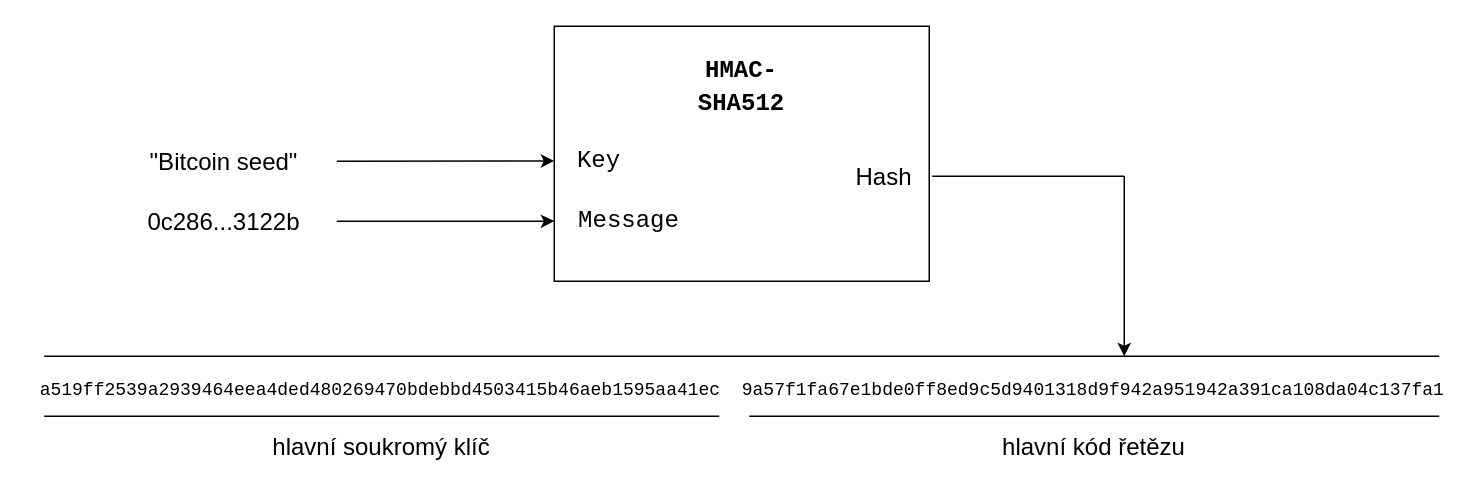
Above: diagram/xkey.drawio in iWarpBTC/iWarpBTC.github.io (draw.io), before the change. Source tidied: cells renumbered, new cells numbered last; positions are measured from the earlier drawing's top-left corner, leaving out a move shared by most shapes. Both pictures are drawn from the tidied source at 150%, with x=0, y=0 at pixel (26, 26).
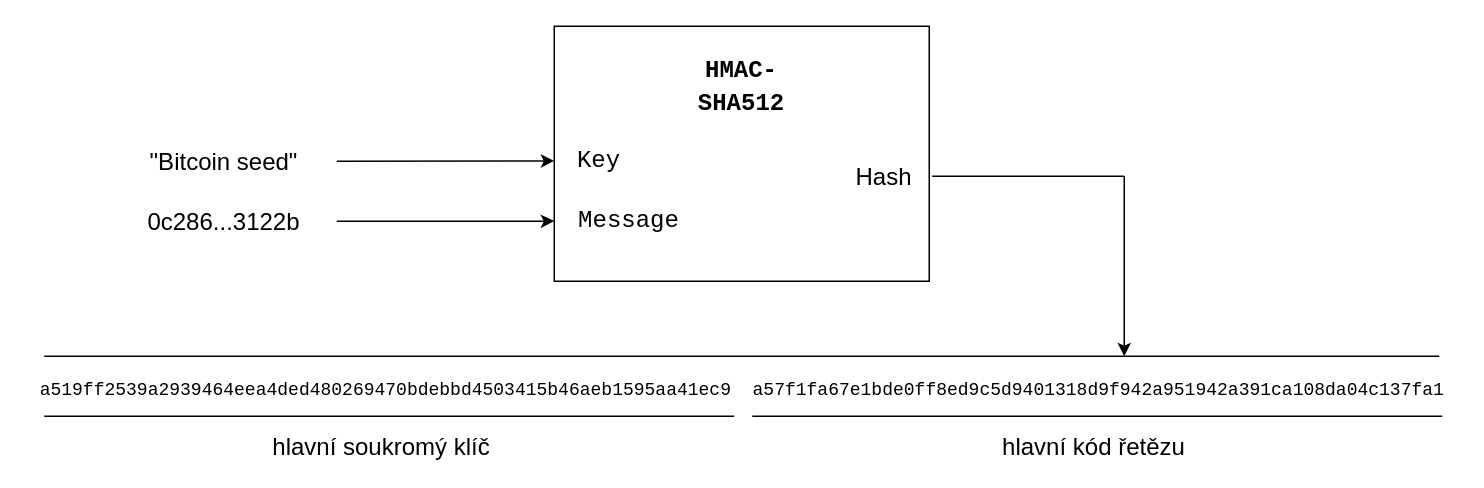
The same page after the edit.

What changed in the source:
```diff
@@
-    <mxCell id="11" value="&lt;font style=&quot;font-size: 12px&quot; face=&quot;Courier&quot;&gt;a519ff2539a2939464eea4ded480269470bdebbd4503415b46aeb1595aa41ec&amp;nbsp; 9a57f1fa67e1bde0ff8ed9c5d9401318d9f942a951942a391ca108da04c137fa1&lt;/font&gt;" style="text;html=1;strokeColor=none;fillColor=none;align=center;verticalAlign=middle;whiteSpace=wrap;rounded=0;labelBackgroundColor=none;fontSize=16;fontColor=#000000;" parent="1" vertex="1">
+    <mxCell id="11" value="&lt;font style=&quot;font-size: 12px&quot; face=&quot;Courier&quot;&gt;a519ff2539a2939464eea4ded480269470bdebbd4503415b46aeb1595aa41ec9 &amp;nbsp;a57f1fa67e1bde0ff8ed9c5d9401318d9f942a951942a391ca108da04c137fa1&lt;/font&gt;" style="text;html=1;strokeColor=none;fillColor=none;align=center;verticalAlign=middle;whiteSpace=wrap;rounded=0;labelBackgroundColor=none;fontSize=16;fontColor=#000000;" parent="1" vertex="1">
       <mxGeometry x="-0.5" y="230" width="955" height="20" as="geometry" />
     </mxCell>
@@
     <mxCell id="15" style="endArrow=none;html=1;fontSize=16;fontColor=#000000;" parent="1" edge="1">
       <mxGeometry relative="1" as="geometry">
         <mxPoint x="12" y="260" as="sourcePoint" />
-        <mxPoint x="462" y="260" as="targetPoint" />
+        <mxPoint x="472" y="260" as="targetPoint" />
       </mxGeometry>
     </mxCell>
     <mxCell id="16" style="endArrow=none;html=1;fontSize=16;fontColor=#000000;" parent="1" edge="1">
       <mxGeometry relative="1" as="geometry">
-        <mxPoint x="482" y="260" as="sourcePoint" />
-        <mxPoint x="942" y="260" as="targetPoint" />
+        <mxPoint x="484" y="260" as="sourcePoint" />
+        <mxPoint x="944" y="260" as="targetPoint" />
       </mxGeometry>
     </mxCell>
```
